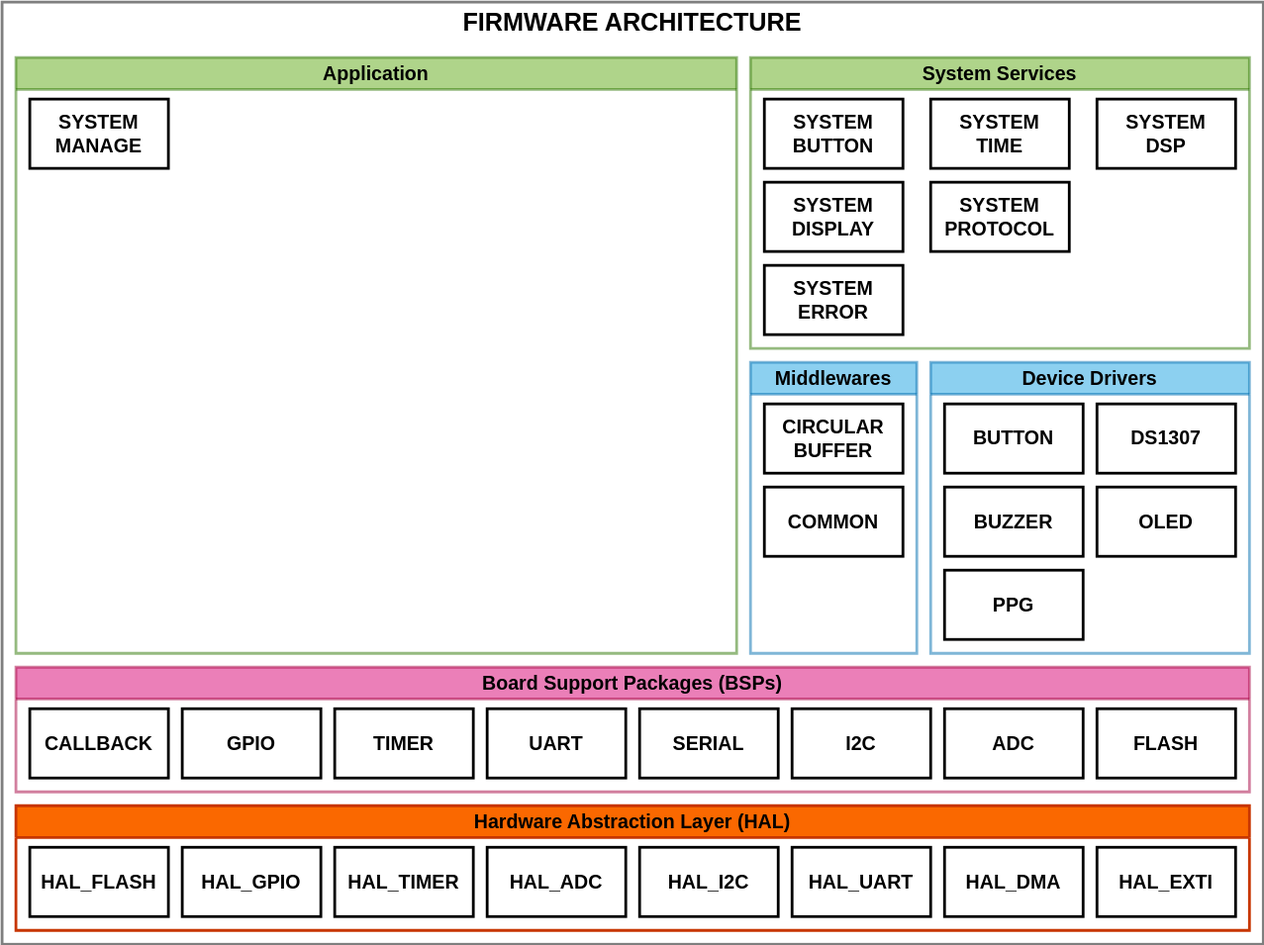
This is docs/img/firmware_architecture.svg from xuanvietcse/pulse_oximetry, a draw.io export, as it was before one commit. Source tidied: cells renumbered, new cells last; positions are measured from the earlier drawing's top-left corner, leaving out a move shared by most shapes.
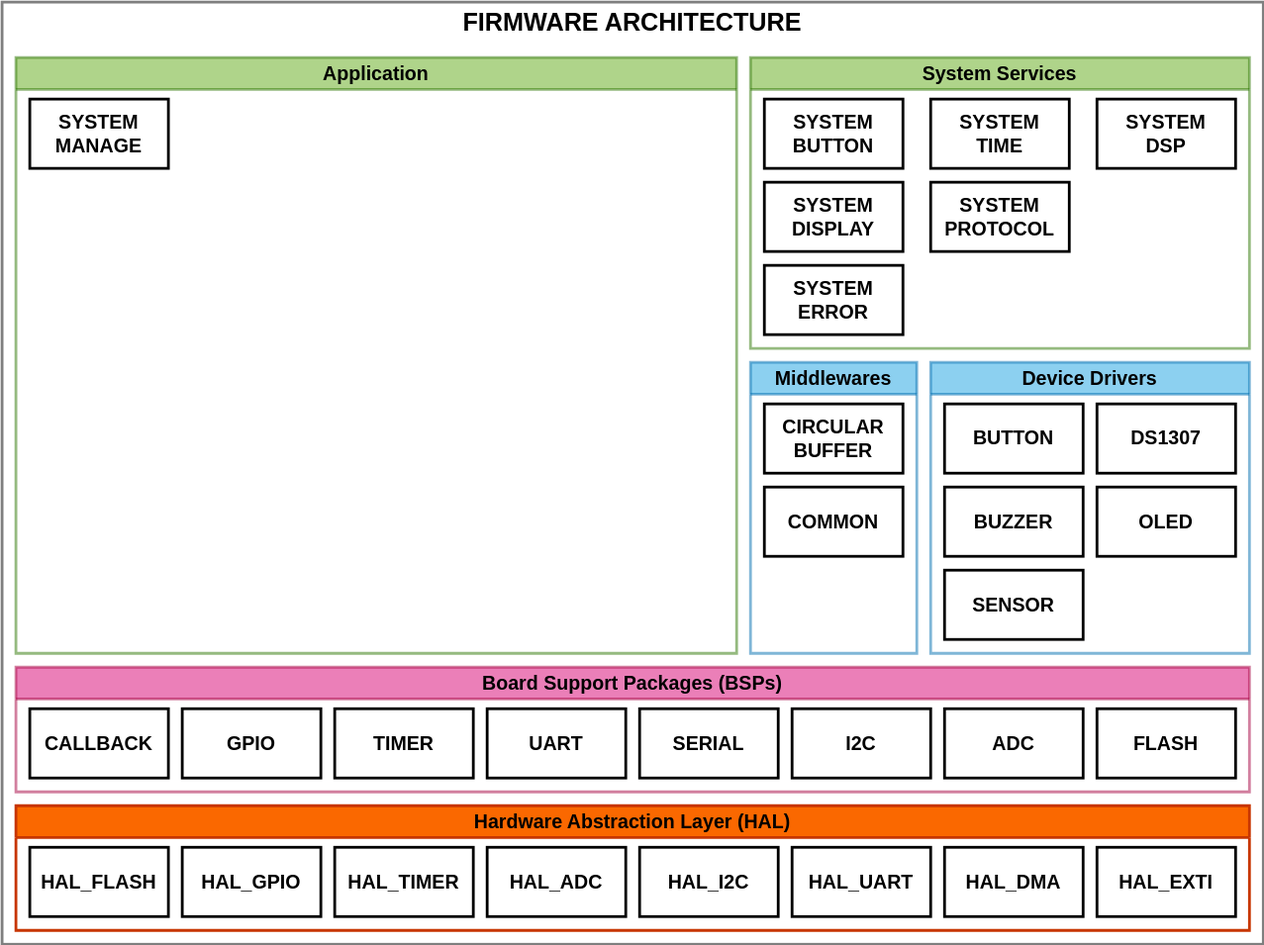
Above is the later version.

Commit message:
docs: rename sensor driver

Diff of the diagram source:
```diff
@@ -74,7 +74,7 @@
     <mxCell id="25" value="BUZZER" style="rounded=0;whiteSpace=wrap;html=1;fillColor=#FFFFFF;fontColor=#000000;fontStyle=1;fontSize=14;labelBorderColor=none;strokeColor=#000000;strokeWidth=2;" parent="21" vertex="1">
       <mxGeometry x="10" y="90" width="100" height="50" as="geometry" />
     </mxCell>
-    <mxCell id="26" value="PPG" style="rounded=0;whiteSpace=wrap;html=1;fillColor=#FFFFFF;fontColor=#000000;fontStyle=1;fontSize=14;labelBorderColor=none;strokeColor=#000000;strokeWidth=2;" parent="1" vertex="1">
+    <mxCell id="26" value="SENSOR" style="rounded=0;whiteSpace=wrap;html=1;fillColor=#FFFFFF;fontColor=#000000;fontStyle=1;fontSize=14;labelBorderColor=none;strokeColor=#000000;strokeWidth=2;" parent="1" vertex="1">
       <mxGeometry x="680" y="410" width="100" height="50" as="geometry" />
     </mxCell>
     <mxCell id="27" value="&lt;font color=&quot;#000000&quot;&gt;Middlewares&lt;/font&gt;" style="swimlane;whiteSpace=wrap;html=1;fillColor=#1ba1e2;fontColor=#ffffff;strokeColor=#006EAF;strokeWidth=2;fontSize=14;opacity=50;" parent="1" vertex="1">
```
